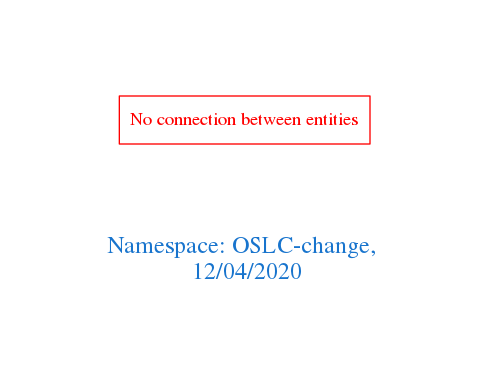
Above: downloads/OSLC-change.png in arago/OGIT (Graphviz), before the change. Its source is kept beside it as downloads/OSLC-change.dot.
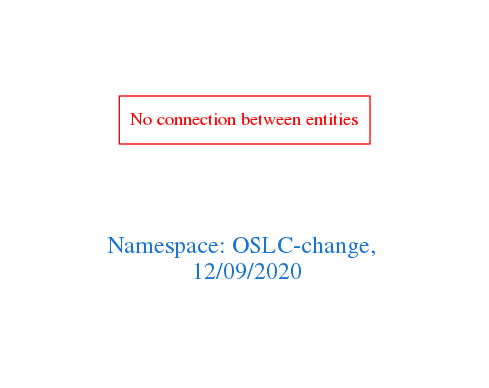
The same file after the commit.

Diff of the diagram source:
```diff
@@ -1,7 +1,7 @@
 digraph OGIT_ontology {
  graph [ rankdir= LR,pad=1
 fontsize = 18,
-fontcolor= dodgerblue3,label = "\n\n\nNamespace: OSLC-change, \n 12/04/2020"];
+fontcolor= dodgerblue3,label = "\n\n\nNamespace: OSLC-change, \n 12/09/2020"];
 node[shape=polygon];
 edge [  color="gray81"];
 
```
